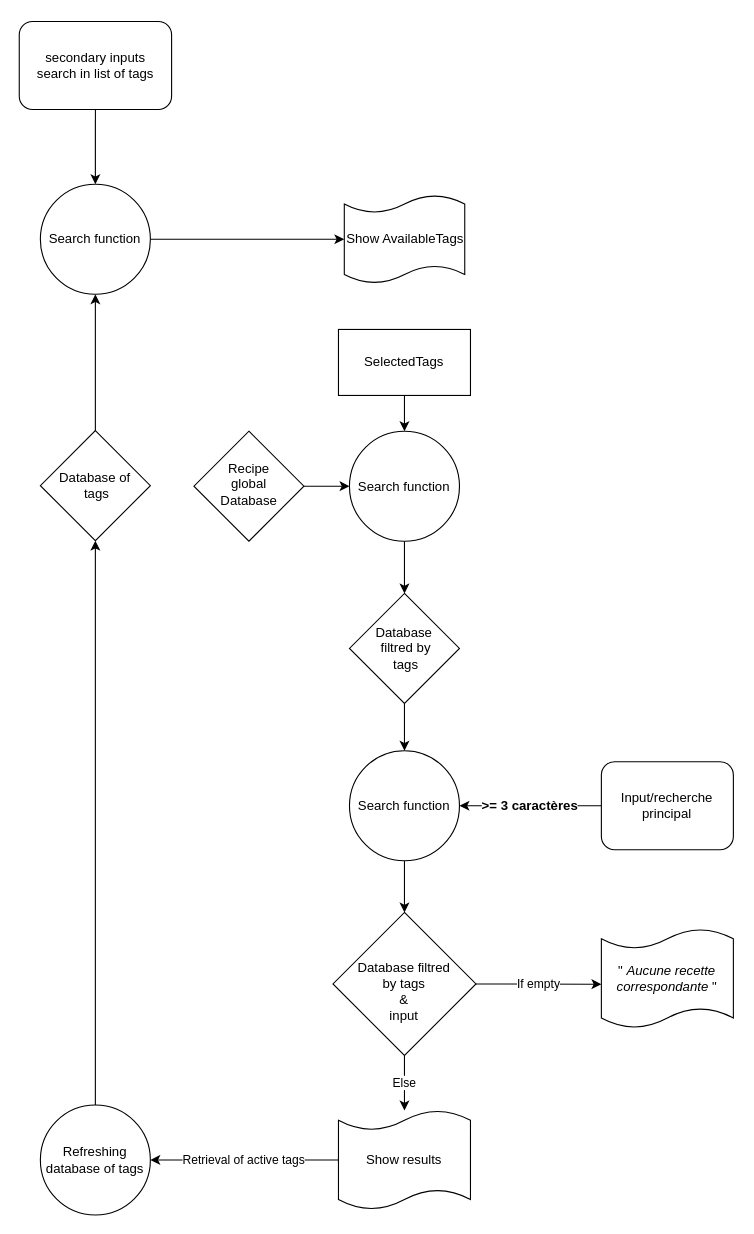
Above: page "Page-2" (2 of 2) of P7-P11-Search-Engin.drawio in Cadegan/P11-front-end-search-engine (draw.io), before the change. Source tidied: cells renumbered, new cells numbered last; positions are measured from the earlier drawing's top-left corner, leaving out a move shared by most shapes. Both pictures are drawn from the tidied source at 110%, with x=0, y=0 at pixel (19, 21).
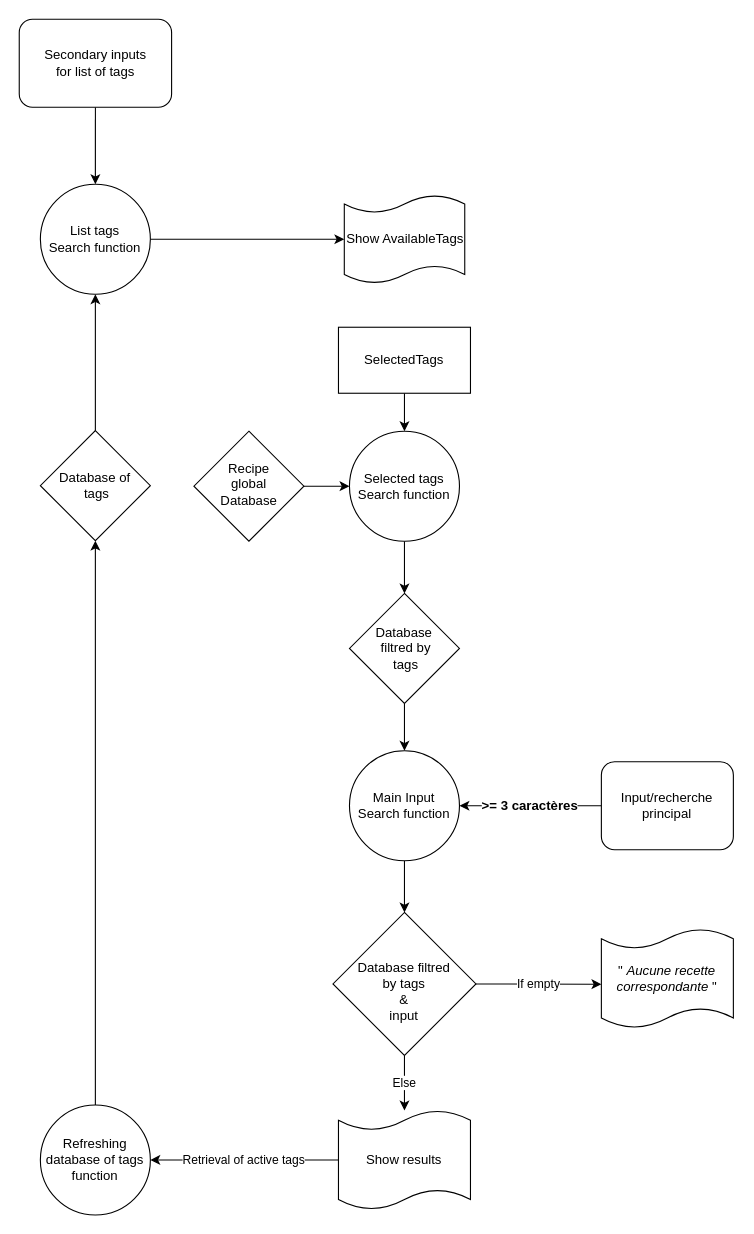
After the change.

The edit, as a diff of the source:
```diff
@@
     <mxCell id="6" value="SelectedTags" style="rounded=0;whiteSpace=wrap;html=1;" parent="1" vertex="1">
-      <mxGeometry x="290.2" y="280" width="120" height="60" as="geometry" />
+      <mxGeometry x="290.2" y="278" width="120" height="60" as="geometry" />
     </mxCell>
@@
-    <mxCell id="8" value="Search function" style="ellipse;whiteSpace=wrap;html=1;" parent="1" vertex="1">
+    <mxCell id="8" value="Selected tags Search function" style="ellipse;whiteSpace=wrap;html=1;" parent="1" vertex="1">
       <mxGeometry x="300.2" y="372.5" width="100" height="100" as="geometry" />
     </mxCell>
@@
-    <mxCell id="11" value="Search function" style="ellipse;whiteSpace=wrap;html=1;" parent="1" vertex="1">
+    <mxCell id="11" value="Main Input&lt;br&gt;Search function" style="ellipse;whiteSpace=wrap;html=1;" parent="1" vertex="1">
       <mxGeometry x="300.2" y="663" width="100" height="100" as="geometry" />
     </mxCell>
@@
-    <mxCell id="22" value="&lt;span&gt;Refreshing&lt;br&gt;&lt;/span&gt;database&lt;span&gt;&amp;nbsp;of tags&lt;br&gt;&lt;/span&gt;" style="ellipse;whiteSpace=wrap;html=1;" parent="1" vertex="1">
+    <mxCell id="22" value="&lt;span&gt;Refreshing&lt;br&gt;&lt;/span&gt;database&lt;span&gt;&amp;nbsp;of tags&lt;br&gt;function&lt;br&gt;&lt;/span&gt;" style="ellipse;whiteSpace=wrap;html=1;" parent="1" vertex="1">
       <mxGeometry x="19.2" y="985" width="100" height="100" as="geometry" />
     </mxCell>
@@
-    <mxCell id="24" value="secondary inputs &lt;br&gt;search in list of tags" style="rounded=1;whiteSpace=wrap;html=1;fontSize=12;glass=0;strokeWidth=1;shadow=0;" parent="1" vertex="1">
-      <mxGeometry width="138.5" height="80" as="geometry" />
+    <mxCell id="24" value="Secondary inputs &lt;br&gt;for list of tags" style="rounded=1;whiteSpace=wrap;html=1;fontSize=12;glass=0;strokeWidth=1;shadow=0;" parent="1" vertex="1">
+      <mxGeometry y="-2" width="138.5" height="80" as="geometry" />
     </mxCell>
@@
-    <mxCell id="28" value="Search function" style="ellipse;whiteSpace=wrap;html=1;" parent="1" vertex="1">
+    <mxCell id="28" value="List tags&lt;br&gt;Search function" style="ellipse;whiteSpace=wrap;html=1;" parent="1" vertex="1">
       <mxGeometry x="19.2" y="148" width="100" height="100" as="geometry" />
     </mxCell>
```
